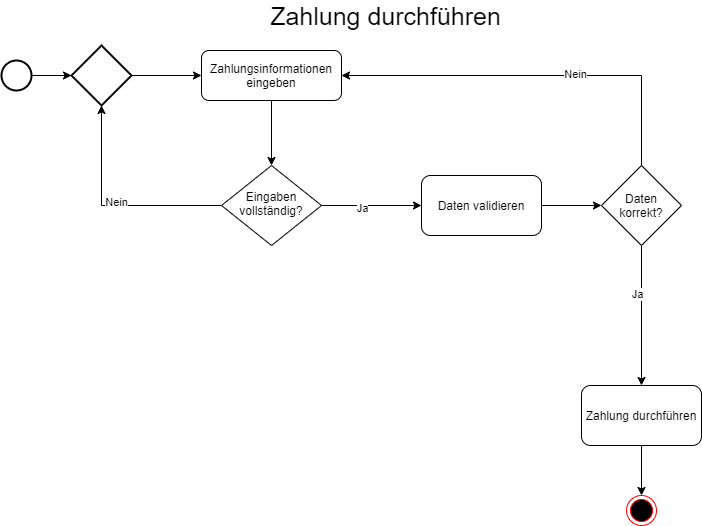
This is Diagramme/Payment/Aktivitätsdiagramm.png from dnickel8/SGSETeam3, a draw.io export, as it was before one commit. Source tidied: cells renumbered, new cells last; positions are measured from the earlier drawing's top-left corner, leaving out a move shared by most shapes. The source it was exported from:
```xml
<mxGraphModel>
  <root>
    <mxCell id="0" />
    <mxCell id="1" parent="0" />
    <mxCell id="2" style="edgeStyle=orthogonalEdgeStyle;rounded=0;jettySize=auto;html=1;entryX=0.5;entryY=0;entryDx=0;entryDy=0;" parent="1" edge="1" source="3" target="8">
      <mxGeometry relative="1" as="geometry" />
    </mxCell>
    <mxCell id="3" value="Zahlungsinformationen eingeben" style="rounded=1;whiteSpace=wrap;html=1;fontSize=12;glass=0;strokeWidth=1;shadow=0;" parent="1" vertex="1">
      <mxGeometry x="200" y="45" width="140" height="50" as="geometry" />
    </mxCell>
    <mxCell id="4" style="edgeStyle=orthogonalEdgeStyle;rounded=0;jettySize=auto;html=1;entryX=0.5;entryY=1;entryDx=0;entryDy=0;entryPerimeter=0;" parent="1" edge="1" source="8" target="12">
      <mxGeometry relative="1" as="geometry" />
    </mxCell>
    <mxCell id="5" value="Nein" style="edgeLabel;html=1;align=center;verticalAlign=middle;" parent="4" vertex="1">
      <mxGeometry x="-0.04" y="-3" relative="1" as="geometry" />
    </mxCell>
    <mxCell id="6" style="edgeStyle=orthogonalEdgeStyle;rounded=0;jettySize=auto;html=1;exitX=1;exitY=0.5;exitDx=0;exitDy=0;entryX=0;entryY=0.5;entryDx=0;entryDy=0;" parent="1" edge="1" source="8" target="14">
      <mxGeometry relative="1" as="geometry" />
    </mxCell>
    <mxCell id="7" value="Ja" style="edgeLabel;html=1;align=center;verticalAlign=middle;" parent="6" vertex="1">
      <mxGeometry x="-0.18" y="-3" relative="1" as="geometry" />
    </mxCell>
    <mxCell id="8" value="Eingaben vollständig?" style="rhombus;whiteSpace=wrap;html=1;shadow=0;fontFamily=Helvetica;fontSize=12;align=center;strokeWidth=1;spacing=6;spacingTop=-4;" parent="1" vertex="1">
      <mxGeometry x="220" y="160" width="100" height="80" as="geometry" />
    </mxCell>
    <mxCell id="9" style="edgeStyle=orthogonalEdgeStyle;rounded=0;jettySize=auto;html=1;entryX=0;entryY=0.5;entryDx=0;entryDy=0;entryPerimeter=0;" parent="1" edge="1" source="10" target="12">
      <mxGeometry relative="1" as="geometry" />
    </mxCell>
    <mxCell id="10" style="strokeWidth=2;html=1;shape=mxgraph.flowchart.start_2;whiteSpace=wrap;" parent="1" vertex="1">
      <mxGeometry y="55" width="30" height="30" as="geometry" />
    </mxCell>
    <mxCell id="11" style="edgeStyle=orthogonalEdgeStyle;rounded=0;jettySize=auto;html=1;entryX=0;entryY=0.5;entryDx=0;entryDy=0;" parent="1" edge="1" source="12" target="3">
      <mxGeometry relative="1" as="geometry" />
    </mxCell>
    <mxCell id="12" style="strokeWidth=2;html=1;shape=mxgraph.flowchart.decision;whiteSpace=wrap;" parent="1" vertex="1">
      <mxGeometry x="70" y="40" width="60" height="60" as="geometry" />
    </mxCell>
    <mxCell id="13" style="edgeStyle=orthogonalEdgeStyle;rounded=0;jettySize=auto;html=1;entryX=0;entryY=0.5;entryDx=0;entryDy=0;" parent="1" edge="1" source="14" target="19">
      <mxGeometry relative="1" as="geometry" />
    </mxCell>
    <mxCell id="14" value="Daten validieren" style="rounded=1;whiteSpace=wrap;html=1;" parent="1" vertex="1">
      <mxGeometry x="420" y="170" width="120" height="60" as="geometry" />
    </mxCell>
    <mxCell id="15" style="edgeStyle=orthogonalEdgeStyle;rounded=0;jettySize=auto;html=1;entryX=1;entryY=0.5;entryDx=0;entryDy=0;" parent="1" edge="1" source="19" target="3">
      <mxGeometry relative="1" as="geometry">
        <Array as="points">
          <mxPoint x="640" y="70" />
        </Array>
      </mxGeometry>
    </mxCell>
    <mxCell id="16" value="Nein" style="edgeLabel;html=1;align=center;verticalAlign=middle;" parent="15" vertex="1">
      <mxGeometry x="-0.19" y="-1" relative="1" as="geometry" />
    </mxCell>
    <mxCell id="17" style="edgeStyle=orthogonalEdgeStyle;rounded=0;jettySize=auto;html=1;" parent="1" edge="1" source="19">
      <mxGeometry relative="1" as="geometry">
        <mxPoint x="640" y="380" as="targetPoint" />
      </mxGeometry>
    </mxCell>
    <mxCell id="18" value="Ja" style="edgeLabel;html=1;align=center;verticalAlign=middle;" parent="17" vertex="1">
      <mxGeometry x="-0.31" y="-4" relative="1" as="geometry" />
    </mxCell>
    <mxCell id="19" value="Daten&lt;br&gt;korrekt?" style="rhombus;whiteSpace=wrap;html=1;" parent="1" vertex="1">
      <mxGeometry x="600" y="160" width="80" height="80" as="geometry" />
    </mxCell>
    <mxCell id="20" style="edgeStyle=orthogonalEdgeStyle;rounded=0;jettySize=auto;html=1;entryX=0.5;entryY=0;entryDx=0;entryDy=0;" parent="1" edge="1" source="21" target="22">
      <mxGeometry relative="1" as="geometry" />
    </mxCell>
    <mxCell id="21" value="Zahlung durchführen" style="rounded=1;whiteSpace=wrap;html=1;" parent="1" vertex="1">
      <mxGeometry x="580" y="380" width="120" height="60" as="geometry" />
    </mxCell>
    <mxCell id="22" style="ellipse;html=1;shape=endState;fillColor=#000000;strokeColor=#ff0000;" parent="1" vertex="1">
      <mxGeometry x="625" y="490" width="30" height="30" as="geometry" />
    </mxCell>
    <mxCell id="23" value="&lt;font style=&quot;font-size: 25px&quot;&gt;Zahlung durchführen&lt;/font&gt;" style="text;html=1;align=center;verticalAlign=middle;strokeColor=none;" parent="1" vertex="1">
      <mxGeometry x="259" width="250" height="20" as="geometry" />
    </mxCell>
  </root>
</mxGraphModel>
```
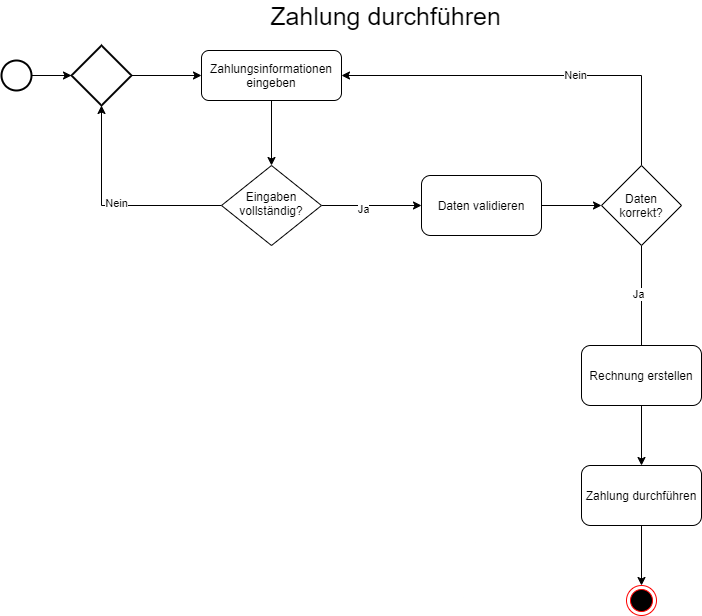
Later version of the same file.

What changed in the source:
```diff
@@ -62,17 +62,23 @@
     <mxCell id="19" value="Daten&lt;br&gt;korrekt?" style="rhombus;whiteSpace=wrap;html=1;" parent="1" vertex="1">
       <mxGeometry x="600" y="160" width="80" height="80" as="geometry" />
     </mxCell>
-    <mxCell id="20" style="edgeStyle=orthogonalEdgeStyle;rounded=0;jettySize=auto;html=1;entryX=0.5;entryY=0;entryDx=0;entryDy=0;" parent="1" edge="1" source="21" target="22">
-      <mxGeometry relative="1" as="geometry" />
-    </mxCell>
+    <mxCell id="24" style="edgeStyle=orthogonalEdgeStyle;rounded=0;jettySize=auto;html=1;entryX=0.5;entryY=0;entryDx=0;entryDy=0;" parent="1" edge="1" source="21" target="26">
+      <mxGeometry relative="1" as="geometry" />
+    </mxCell>
-    <mxCell id="21" value="Zahlung durchführen" style="rounded=1;whiteSpace=wrap;html=1;" parent="1" vertex="1">
-      <mxGeometry x="580" y="380" width="120" height="60" as="geometry" />
+    <mxCell id="21" value="Rechnung erstellen" style="rounded=1;whiteSpace=wrap;html=1;" parent="1" vertex="1">
+      <mxGeometry x="580" y="340" width="120" height="60" as="geometry" />
     </mxCell>
     <mxCell id="22" style="ellipse;html=1;shape=endState;fillColor=#000000;strokeColor=#ff0000;" parent="1" vertex="1">
-      <mxGeometry x="625" y="490" width="30" height="30" as="geometry" />
+      <mxGeometry x="625" y="580" width="30" height="30" as="geometry" />
     </mxCell>
     <mxCell id="23" value="&lt;font style=&quot;font-size: 25px&quot;&gt;Zahlung durchführen&lt;/font&gt;" style="text;html=1;align=center;verticalAlign=middle;strokeColor=none;" parent="1" vertex="1">
       <mxGeometry x="259" width="250" height="20" as="geometry" />
     </mxCell>
+    <mxCell id="25" style="edgeStyle=orthogonalEdgeStyle;rounded=0;jettySize=auto;html=1;entryX=0.5;entryY=0;entryDx=0;entryDy=0;" parent="1" edge="1" source="26" target="22">
+      <mxGeometry relative="1" as="geometry" />
+    </mxCell>
+    <mxCell id="26" value="Zahlung durchführen" style="rounded=1;whiteSpace=wrap;html=1;" parent="1" vertex="1">
+      <mxGeometry x="580" y="460" width="120" height="60" as="geometry" />
+    </mxCell>
   </root>
 </mxGraphModel>
```
